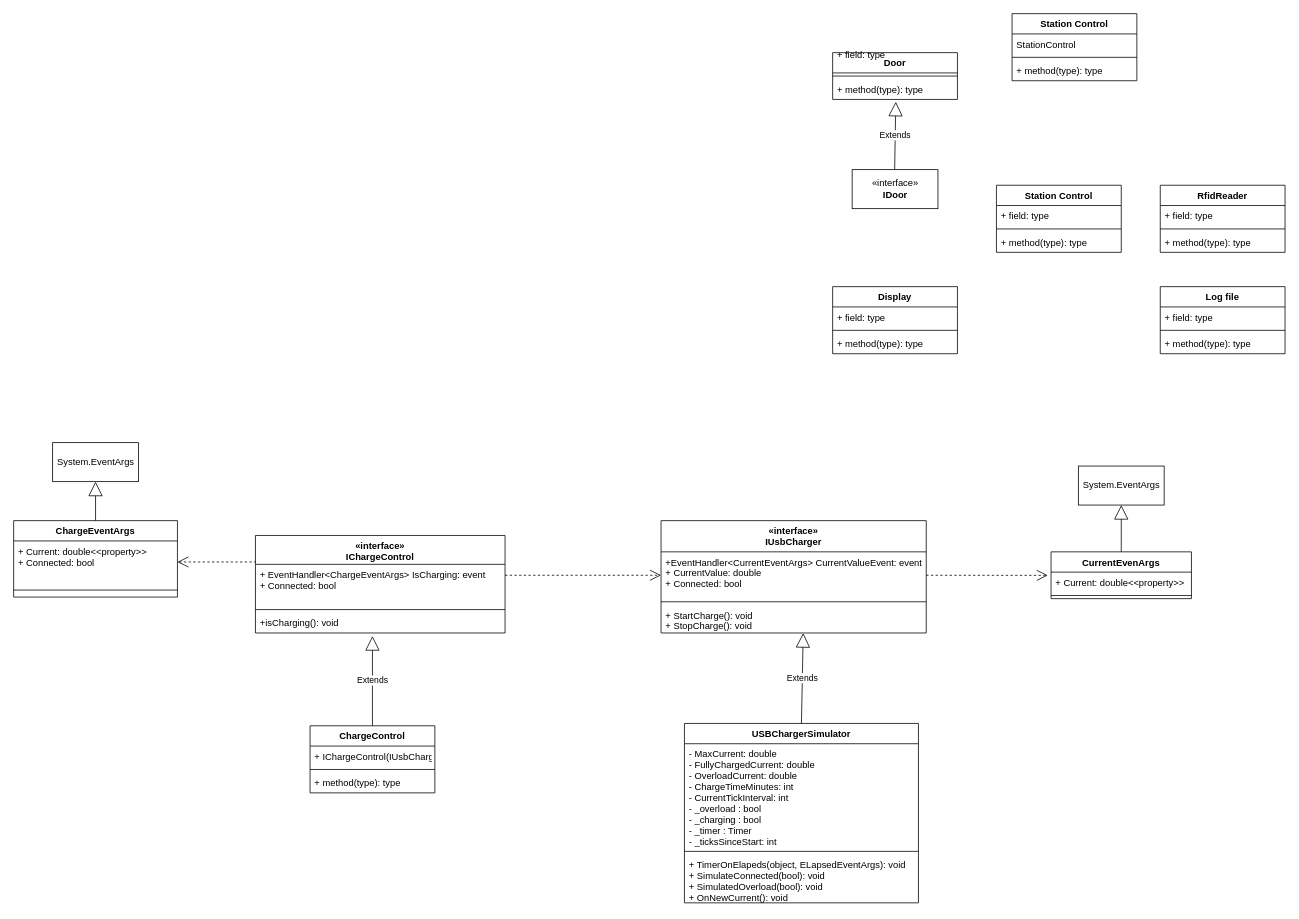
This is UML.drawio from ThomasStenholtLaursen/ChargingCabinet, a draw.io file, before an edit. Source tidied: cells renumbered, new cells numbered last; positions are measured from the earlier drawing's top-left corner, leaving out a move shared by most shapes. Both pictures are drawn from the tidied source at 78%, with x=0, y=0 at pixel (13, 13).
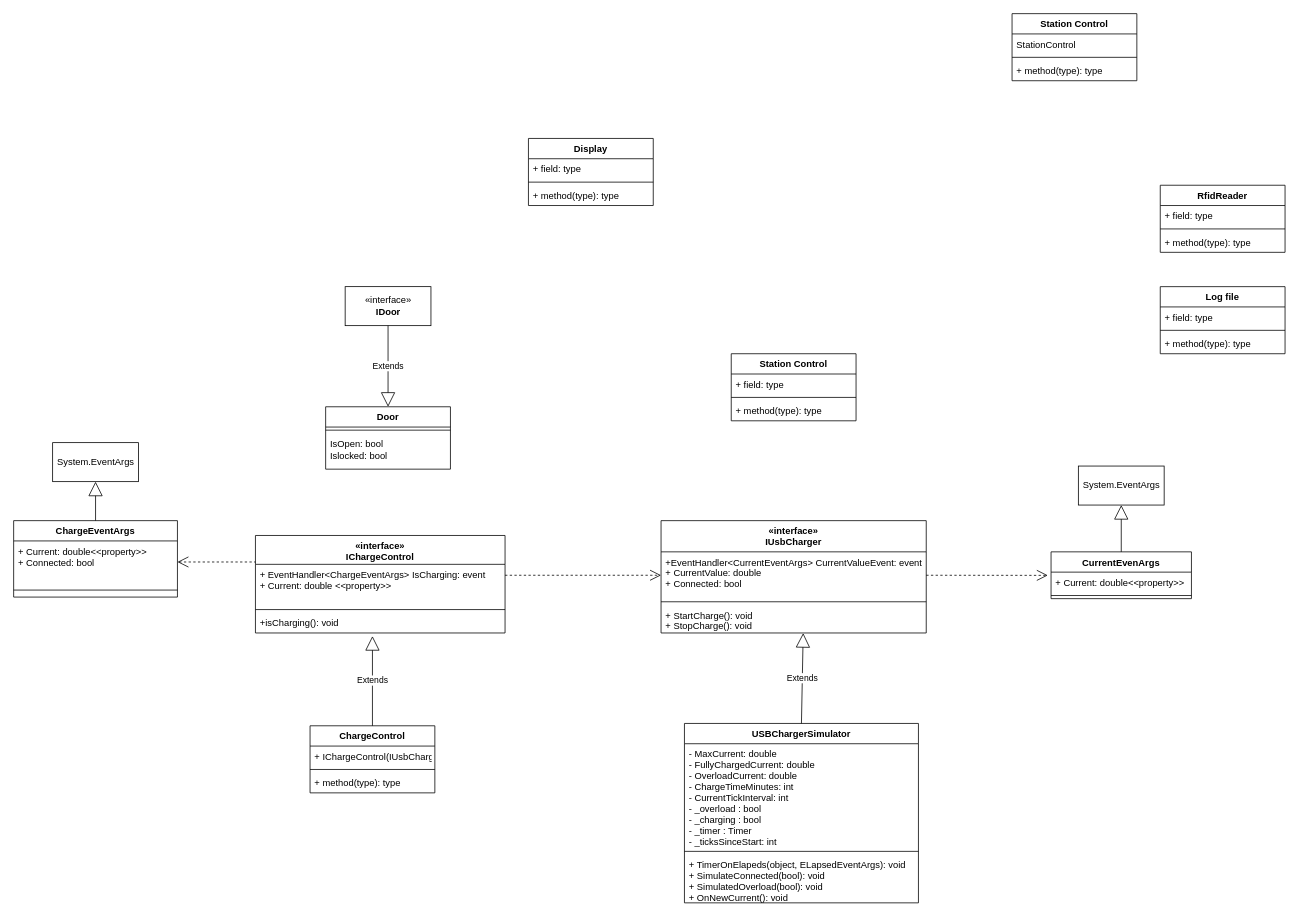
After the change.

Commit message:
Changes to UML diagram

Unchanged cells that the change refers to:
```xml
<mxCell id="55" value="«interface»&#10;IChargeControl" style="swimlane;fontStyle=1;align=center;verticalAlign=top;horizontal=1;startSize=37;" parent="1" vertex="1">
  <mxGeometry x="310" y="669" width="320" height="125" as="geometry" />
</mxCell>
```

What changed in the source:
```diff
@@
     <mxCell id="2" value="Display" style="swimlane;fontStyle=1;align=center;verticalAlign=top;horizontal=1;startSize=26;" parent="1" vertex="1">
-      <mxGeometry x="1050" y="350" width="160" height="86" as="geometry" />
+      <mxGeometry x="660" y="160" width="160" height="86" as="geometry" />
     </mxCell>
@@
     <mxCell id="10" value="Station Control" style="swimlane;fontStyle=1;align=center;verticalAlign=top;horizontal=1;startSize=26;" parent="1" vertex="1">
-      <mxGeometry x="1260" y="220" width="160" height="86" as="geometry" />
+      <mxGeometry x="920" y="436" width="160" height="86" as="geometry" />
     </mxCell>
@@
     <mxCell id="14" value="Door" style="swimlane;fontStyle=1;align=center;verticalAlign=top;horizontal=1;startSize=26;" parent="1" vertex="1">
-      <mxGeometry x="1050" y="50" width="160" height="60" as="geometry" />
+      <mxGeometry x="400" y="504" width="160" height="80" as="geometry" />
     </mxCell>
@@
-    <mxCell id="16" value="+ method(type): type" style="text;strokeColor=none;fillColor=none;align=left;verticalAlign=top;spacingLeft=4;spacingRight=4;overflow=hidden;points=[[0,0.5],[1,0.5]];portConstraint=eastwest;" parent="14" vertex="1">
-      <mxGeometry y="34" width="160" height="26" as="geometry" />
+    <mxCell id="16" value="IsOpen: bool" style="text;strokeColor=none;fillColor=none;align=left;verticalAlign=top;spacingLeft=4;spacingRight=4;overflow=hidden;points=[[0,0.5],[1,0.5]];portConstraint=eastwest;" parent="14" vertex="1">
+      <mxGeometry y="34" width="160" height="46" as="geometry" />
     </mxCell>
@@
     <mxCell id="29" value="«interface»&lt;br&gt;&lt;b&gt;IDoor&lt;br&gt;&lt;/b&gt;" style="html=1;" parent="1" vertex="1">
-      <mxGeometry x="1075" y="200" width="110" height="50" as="geometry" />
+      <mxGeometry x="425" y="350" width="110" height="50" as="geometry" />
     </mxCell>
@@
-    <mxCell id="31" value="Extends" style="endArrow=block;endSize=16;endFill=0;html=1;rounded=0;exitX=0.5;exitY=0;exitDx=0;exitDy=0;entryX=0.506;entryY=1.115;entryDx=0;entryDy=0;entryPerimeter=0;" parent="1" edge="1" target="16">
-      <mxGeometry relative="1" as="geometry">
-        <mxPoint x="1129.5" y="200" as="sourcePoint" />
-      </mxGeometry>
+    <mxCell id="31" value="Extends" style="endArrow=block;endSize=16;endFill=0;html=1;rounded=0;entryX=0.5;entryY=0;entryDx=0;entryDy=0;exitX=0.5;exitY=1;exitDx=0;exitDy=0;" parent="1" edge="1" source="29" target="14">
+      <mxGeometry relative="1" as="geometry" />
     </mxCell>
-    <mxCell id="32" value="+ field: type" style="text;strokeColor=none;fillColor=none;align=left;verticalAlign=top;spacingLeft=4;spacingRight=4;overflow=hidden;" parent="1" vertex="1">
-      <mxGeometry x="1050" y="40" width="160" height="26" as="geometry" />
+    <mxCell id="32" value="Islocked: bool" style="text;strokeColor=none;fillColor=none;align=left;verticalAlign=top;spacingLeft=4;spacingRight=4;overflow=hidden;" parent="1" vertex="1">
+      <mxGeometry x="400" y="554" width="160" height="26" as="geometry" />
     </mxCell>
@@
-    <mxCell id="56" value="+ EventHandler&lt;ChargeEventArgs&gt; IsCharging: event&#10;+ Connected: bool" style="text;strokeColor=none;fillColor=none;align=left;verticalAlign=top;spacingLeft=4;spacingRight=4;overflow=hidden;" parent="55" vertex="1">
+    <mxCell id="56" value="+ EventHandler&lt;ChargeEventArgs&gt; IsCharging: event&#10;+ Current: double &lt;&lt;property&gt;&gt;" style="text;strokeColor=none;fillColor=none;align=left;verticalAlign=top;spacingLeft=4;spacingRight=4;overflow=hidden;" parent="55" vertex="1">
       <mxGeometry y="37" width="320" height="54" as="geometry" />
     </mxCell>
```
